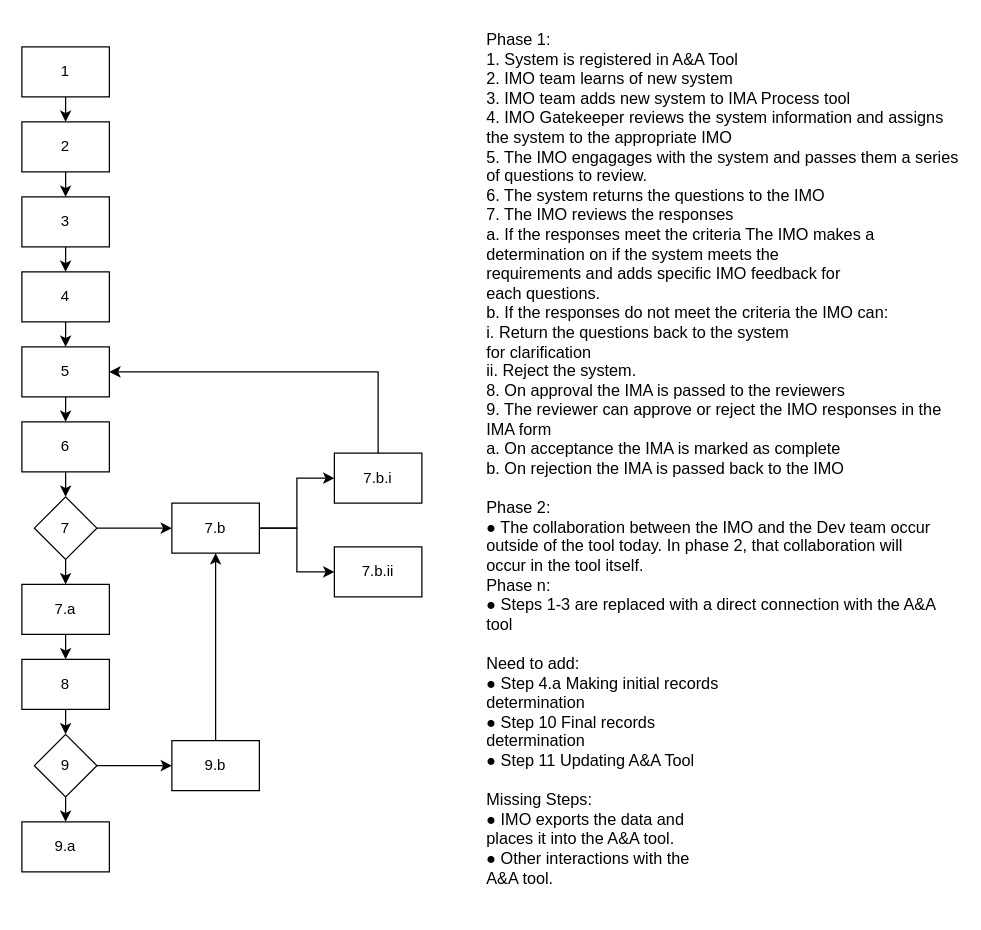
Before: page "IMA Process" (1 of 4) of Drawings/Workflows.drawio in flare891/rmslow, a draw.io diagram. Source tidied: cells renumbered, new cells numbered last; positions are measured from the earlier drawing's top-left corner, leaving out a move shared by most shapes. Both pictures are drawn from the tidied source at 125%, with x=0, y=0 at pixel (21, 21).
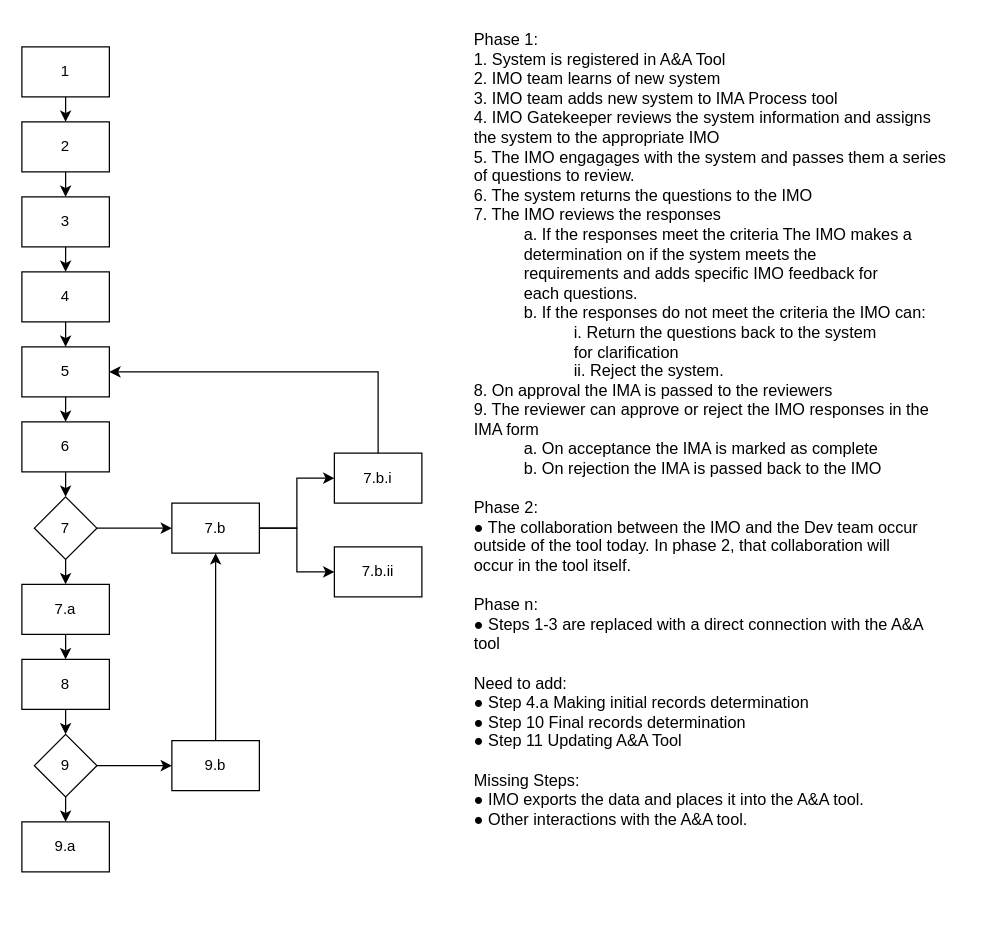
Above is the later version.

The edit, as a diff of the source:
```diff
@@
-    <mxCell id="33" value="Phase 1:&lt;br&gt;1. System is registered in A&amp;amp;A Tool&lt;br&gt;2. IMO team learns of new system&lt;br&gt;3. IMO team adds new system to IMA Process tool&lt;br&gt;4. IMO Gatekeeper reviews the system information and assigns&lt;br&gt;the system to the appropriate IMO&lt;br&gt;5. The IMO engagages with the system and passes them a series&lt;br&gt;of questions to review.&lt;br&gt;6. The system returns the questions to the IMO&lt;br&gt;7. The IMO reviews the responses&lt;br&gt;a. If the responses meet the criteria The IMO makes a&lt;br&gt;determination on if the system meets the&lt;br&gt;requirements and adds specific IMO feedback for&lt;br&gt;each questions.&lt;br&gt;b. If the responses do not meet the criteria the IMO can:&lt;br&gt;i. Return the questions back to the system&lt;br&gt;for clarification&lt;br&gt;ii. Reject the system.&lt;br&gt;8. On approval the IMA is passed to the reviewers&lt;br&gt;9. The reviewer can approve or reject the IMO responses in the&lt;br&gt;IMA form&lt;br&gt;a. On acceptance the IMA is marked as complete&lt;br&gt;b. On rejection the IMA is passed back to the IMO&lt;br&gt;&lt;br&gt;Phase 2:&lt;br&gt;● The collaboration between the IMO and the Dev team occur&lt;br&gt;outside of the tool today. In phase 2, that collaboration will&lt;br&gt;occur in the tool itself.&lt;br&gt;Phase n:&lt;br&gt;● Steps 1-3 are replaced with a direct connection with the A&amp;amp;A&lt;br&gt;tool&lt;br&gt;&lt;br&gt;Need to add:&lt;br&gt;● Step 4.a Making initial records&lt;br&gt;determination&lt;br&gt;● Step 10 Final records&lt;br&gt;determination&lt;br&gt;● Step 11 Updating A&amp;amp;A Tool&lt;br&gt;&lt;br&gt;Missing Steps:&lt;br&gt;● IMO exports the data and&lt;br&gt;places it into the A&amp;amp;A tool.&lt;br&gt;● Other interactions with the&lt;br&gt;A&amp;amp;A tool." style="text;strokeColor=none;fillColor=none;align=left;verticalAlign=top;rounded=0;fontSize=13;whiteSpace=wrap;html=1;" parent="1" vertex="1">
-      <mxGeometry x="370" width="380" height="710" as="geometry" />
+    <mxCell id="33" value="Phase 1:&lt;br&gt;1. System is registered in A&amp;amp;A Tool&lt;br&gt;2. IMO team learns of new system&lt;br&gt;3. IMO team adds new system to IMA Process tool&lt;br&gt;4. IMO Gatekeeper reviews the system information and assigns&lt;br&gt;the system to the appropriate IMO&lt;br&gt;5. The IMO engagages with the system and passes them a series&lt;br&gt;of questions to review.&lt;br&gt;6. The system returns the questions to the IMO&lt;br&gt;7. The IMO reviews the responses&lt;br&gt;&lt;blockquote style=&quot;margin: 0 0 0 40px ; border: none ; padding: 0px&quot;&gt;a. If the responses meet the criteria The IMO makes a&lt;br&gt;determination on if the system meets the&lt;br&gt;requirements and adds specific IMO feedback for&lt;br&gt;each questions.&lt;br&gt;b. If the responses do not meet the criteria the IMO can:&lt;br&gt;&lt;/blockquote&gt;&lt;blockquote style=&quot;margin: 0 0 0 40px ; border: none ; padding: 0px&quot;&gt;&lt;blockquote style=&quot;margin: 0 0 0 40px ; border: none ; padding: 0px&quot;&gt;i. Return the questions back to the system&lt;/blockquote&gt;&lt;blockquote style=&quot;margin: 0 0 0 40px ; border: none ; padding: 0px&quot;&gt;for clarification&lt;/blockquote&gt;&lt;blockquote style=&quot;margin: 0 0 0 40px ; border: none ; padding: 0px&quot;&gt;ii. Reject the system.&lt;/blockquote&gt;&lt;/blockquote&gt;8. On approval the IMA is passed to the reviewers&lt;br&gt;9. The reviewer can approve or reject the IMO responses in the&lt;br&gt;IMA form&lt;br&gt;&lt;blockquote style=&quot;margin: 0 0 0 40px ; border: none ; padding: 0px&quot;&gt;a. On acceptance the IMA is marked as complete&lt;br&gt;b. On rejection the IMA is passed back to the IMO&lt;/blockquote&gt;&lt;br&gt;Phase 2:&lt;br&gt;● The collaboration between the IMO and the Dev team occur&lt;br&gt;outside of the tool today. In phase 2, that collaboration will&lt;br&gt;occur in the tool itself.&lt;br&gt;&lt;br&gt;Phase n:&lt;br&gt;● Steps 1-3 are replaced with a direct connection with the A&amp;amp;A&lt;br&gt;tool&lt;br&gt;&lt;br&gt;Need to add:&lt;br&gt;● Step 4.a Making initial records determination&lt;br&gt;● Step 10 Final records determination&lt;br&gt;● Step 11 Updating A&amp;amp;A Tool&lt;br&gt;&lt;br&gt;Missing Steps:&lt;br&gt;● IMO exports the data and places it into the A&amp;amp;A tool.&lt;br&gt;● Other interactions with the A&amp;amp;A tool." style="text;strokeColor=none;fillColor=none;align=left;verticalAlign=top;rounded=0;fontSize=13;whiteSpace=wrap;html=1;" parent="1" vertex="1">
+      <mxGeometry x="360" width="380" height="710" as="geometry" />
     </mxCell>
```
